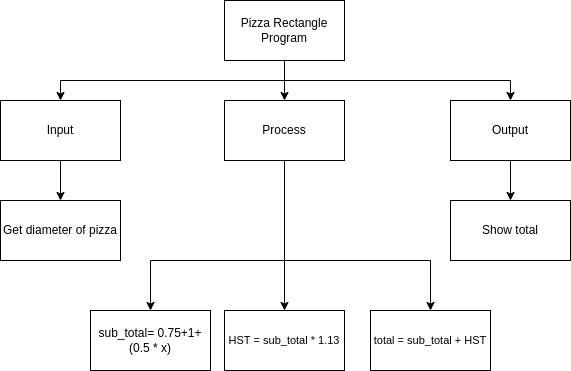
Earlier version of the draw.io export design.png (michael-clermont1/ICS3U-Unit2-04-Python). Source tidied: cells renumbered, new cells last; positions are measured from the earlier drawing's top-left corner, leaving out a move shared by most shapes.
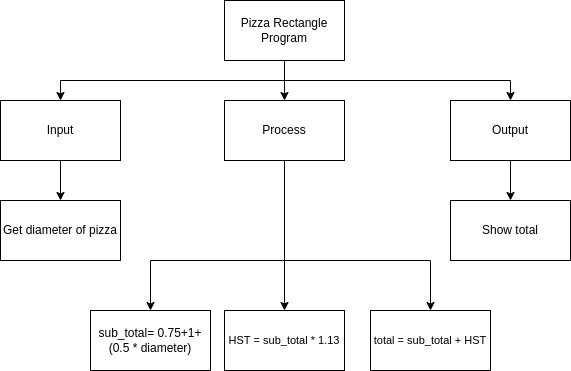
The same file after the commit.

Change to the diagram source:
```diff
@@ -61,7 +61,7 @@
     <mxCell id="14" value="Get diameter of pizza" style="rounded=0;whiteSpace=wrap;html=1;" parent="1" vertex="1">
       <mxGeometry y="200" width="120" height="60" as="geometry" />
     </mxCell>
-    <mxCell id="15" value="sub_total= 0.75+1+ (0.5 * x)" style="rounded=0;whiteSpace=wrap;html=1;" parent="1" vertex="1">
+    <mxCell id="15" value="sub_total= 0.75+1+ (0.5 * diameter)" style="rounded=0;whiteSpace=wrap;html=1;" parent="1" vertex="1">
       <mxGeometry x="90" y="310" width="120" height="60" as="geometry" />
     </mxCell>
     <mxCell id="16" value="Show total" style="rounded=0;whiteSpace=wrap;html=1;" parent="1" vertex="1">
```
